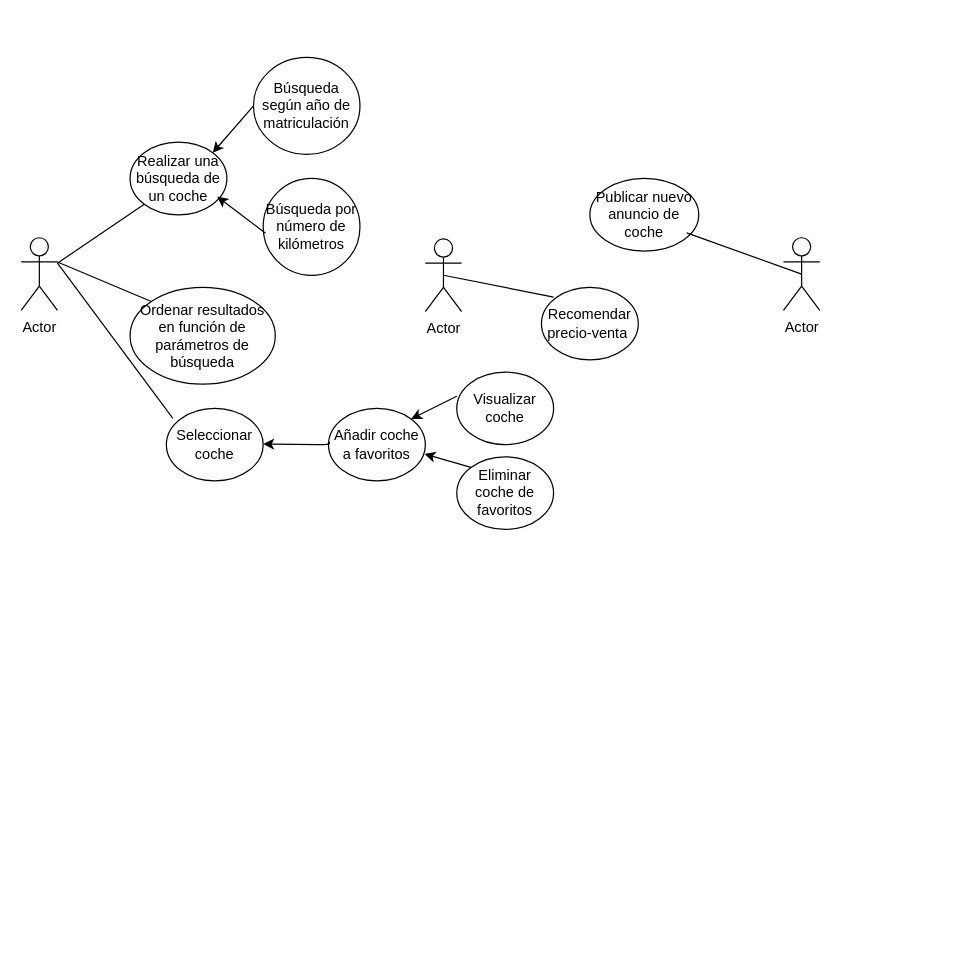
Above: Untitled Diagram.drawio in MarinaBdcr/ED (draw.io), before the change. Source tidied: cells renumbered, new cells numbered last; positions are measured from the earlier drawing's top-left corner, leaving out a move shared by most shapes. Both pictures are drawn from the tidied source at 121%, with x=0, y=0 at pixel (21, 57).
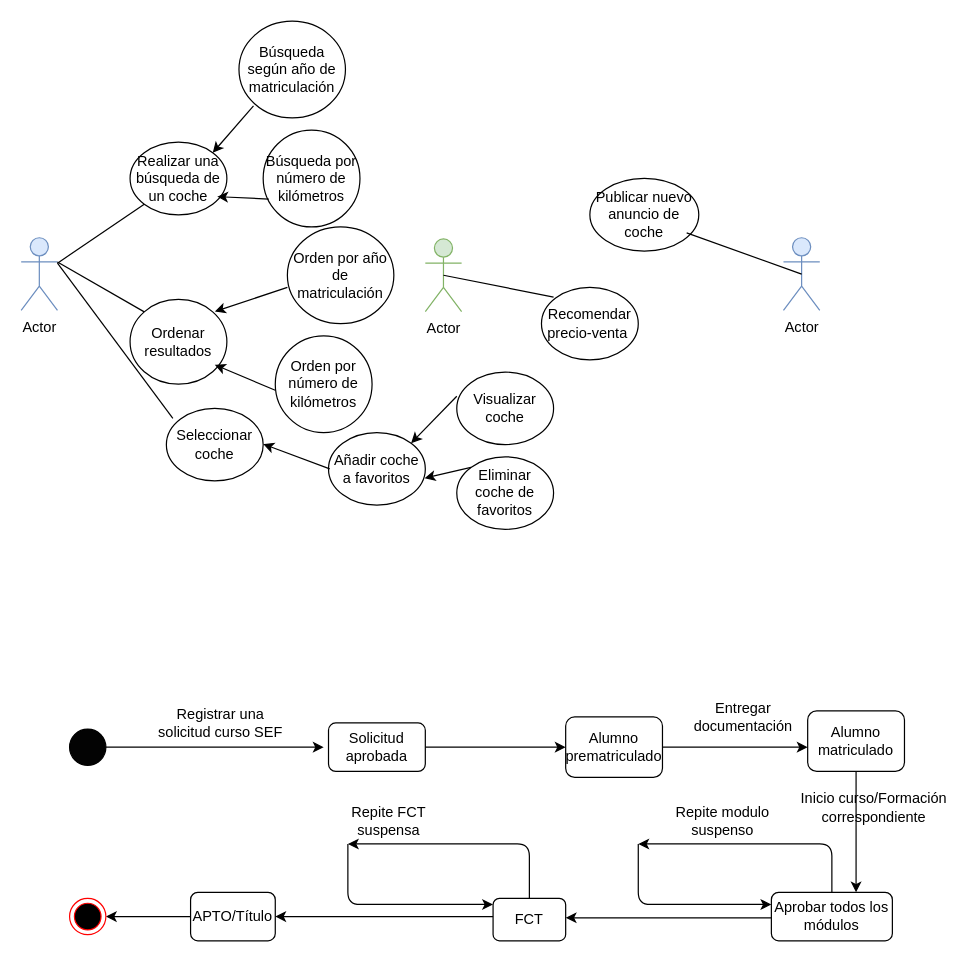
The same diagram, later.

Diff of the diagram source:
```diff
@@
-    <mxCell id="2" value="Actor" style="shape=umlActor;verticalLabelPosition=bottom;verticalAlign=top;html=1;outlineConnect=0;" parent="1" vertex="1">
+    <mxCell id="2" value="Actor" style="shape=umlActor;verticalLabelPosition=bottom;verticalAlign=top;html=1;outlineConnect=0;fillColor=#dae8fc;strokeColor=#6c8ebf;" parent="1" vertex="1">
       <mxGeometry y="149" width="30" height="60" as="geometry" />
     </mxCell>
-    <mxCell id="3" value="Actor" style="shape=umlActor;verticalLabelPosition=bottom;verticalAlign=top;html=1;outlineConnect=0;" parent="1" vertex="1">
+    <mxCell id="3" value="Actor" style="shape=umlActor;verticalLabelPosition=bottom;verticalAlign=top;html=1;outlineConnect=0;fillColor=#dae8fc;strokeColor=#6c8ebf;" parent="1" vertex="1">
       <mxGeometry x="630" y="149" width="30" height="60" as="geometry" />
     </mxCell>
-    <mxCell id="4" value="Actor" style="shape=umlActor;verticalLabelPosition=bottom;verticalAlign=top;html=1;outlineConnect=0;" parent="1" vertex="1">
+    <mxCell id="4" value="Actor" style="shape=umlActor;verticalLabelPosition=bottom;verticalAlign=top;html=1;outlineConnect=0;fillColor=#d5e8d4;strokeColor=#82b366;" parent="1" vertex="1">
       <mxGeometry x="334" y="150" width="30" height="60" as="geometry" />
     </mxCell>
@@
     <mxCell id="7" value="Búsqueda según año de matriculación" style="ellipse;whiteSpace=wrap;html=1;" parent="1" vertex="1">
-      <mxGeometry x="192" width="88" height="80" as="geometry" />
+      <mxGeometry x="180" y="-30" width="88" height="80" as="geometry" />
     </mxCell>
     <mxCell id="8" value="Búsqueda por número de kilómetros" style="ellipse;whiteSpace=wrap;html=1;" parent="1" vertex="1">
-      <mxGeometry x="200" y="100" width="80" height="80" as="geometry" />
+      <mxGeometry x="200" y="60" width="80" height="80" as="geometry" />
     </mxCell>
@@
-    <mxCell id="11" style="endArrow=classic;html=1;exitX=0.075;exitY=0.629;exitDx=0;exitDy=0;exitPerimeter=0;" parent="1" edge="1">
+    <mxCell id="11" style="endArrow=classic;html=1;exitX=0.058;exitY=0.713;exitDx=0;exitDy=0;exitPerimeter=0;" parent="1" edge="1" source="8">
       <mxGeometry relative="1" as="geometry">
-        <mxPoint x="202" y="145.3" as="sourcePoint" />
         <mxPoint x="162" y="115" as="targetPoint" />
         <Array as="points">
           <mxPoint x="162" y="115" />
         </Array>
       </mxGeometry>
     </mxCell>
-    <mxCell id="12" value="Ordenar resultados&lt;br&gt;en función de parámetros de búsqueda" style="ellipse;whiteSpace=wrap;html=1;" parent="1" vertex="1">
-      <mxGeometry x="90" y="190" width="120" height="80" as="geometry" />
+    <mxCell id="12" value="Ordenar resultados&lt;br&gt;" style="ellipse;whiteSpace=wrap;html=1;" parent="1" vertex="1">
+      <mxGeometry x="90" y="200" width="80" height="70" as="geometry" />
     </mxCell>
@@
     <mxCell id="15" value="Añadir coche a favoritos" style="ellipse;whiteSpace=wrap;html=1;" parent="1" vertex="1">
-      <mxGeometry x="254" y="290" width="80" height="60" as="geometry" />
+      <mxGeometry x="254" y="310" width="80" height="60" as="geometry" />
     </mxCell>
@@
-    <mxCell id="17" style="endArrow=classic;html=1;exitX=-0.092;exitY=0.461;exitDx=0;exitDy=0;exitPerimeter=0;" parent="1" edge="1">
+    <mxCell id="17" style="endArrow=classic;html=1;" parent="1" edge="1">
       <mxGeometry relative="1" as="geometry">
-        <mxPoint x="254.6" y="317.7" as="sourcePoint" />
+        <mxPoint x="255" y="340" as="sourcePoint" />
         <mxPoint x="200" y="319.5" as="targetPoint" />
         <Array as="points">
-          <mxPoint x="255" y="320" />
+          <mxPoint x="255" y="340" />
         </Array>
       </mxGeometry>
     </mxCell>
@@
+    <mxCell id="25" value="Orden por año de matriculación" style="ellipse;whiteSpace=wrap;html=1;" parent="1" vertex="1">
+      <mxGeometry x="220" y="140" width="88" height="80" as="geometry" />
+    </mxCell>
+    <mxCell id="26" value="Orden por número de kilómetros" style="ellipse;whiteSpace=wrap;html=1;" parent="1" vertex="1">
+      <mxGeometry x="210" y="230" width="80" height="80" as="geometry" />
+    </mxCell>
+    <mxCell id="27" style="endArrow=classic;html=1;" parent="1" edge="1">
+      <mxGeometry relative="1" as="geometry">
+        <mxPoint x="220" y="190" as="sourcePoint" />
+        <mxPoint x="160" y="210" as="targetPoint" />
+        <Array as="points">
+          <mxPoint x="220" y="190.2" />
+        </Array>
+      </mxGeometry>
+    </mxCell>
+    <mxCell id="28" style="endArrow=classic;html=1;" parent="1" edge="1">
+      <mxGeometry relative="1" as="geometry">
+        <mxPoint x="210" y="275" as="sourcePoint" />
+        <mxPoint x="160" y="254" as="targetPoint" />
+      </mxGeometry>
+    </mxCell>
+    <mxCell id="29" style="ellipse;whiteSpace=wrap;html=1;fillColor=#030303;" parent="1" vertex="1">
+      <mxGeometry x="40" y="555" width="30" height="30" as="geometry" />
+    </mxCell>
+    <mxCell id="30" style="endArrow=classic;html=1;exitX=1;exitY=0.5;exitDx=0;exitDy=0;" parent="1" edge="1" source="29">
+      <mxGeometry relative="1" as="geometry">
+        <mxPoint x="250" y="570" as="targetPoint" />
+      </mxGeometry>
+    </mxCell>
+    <mxCell id="31" value="Solicitud aprobada" style="rounded=1;whiteSpace=wrap;html=1;fillColor=#FFFFFF;" parent="1" vertex="1">
+      <mxGeometry x="254" y="550" width="80" height="40" as="geometry" />
+    </mxCell>
+    <mxCell id="32" style="endArrow=classic;html=1;exitX=1;exitY=0.5;exitDx=0;exitDy=0;entryX=0;entryY=0.5;entryDx=0;entryDy=0;" parent="1" edge="1" source="31" target="33">
+      <mxGeometry relative="1" as="geometry" />
+    </mxCell>
+    <mxCell id="33" value="Alumno prematriculado" style="rounded=1;whiteSpace=wrap;html=1;fillColor=#FFFFFF;" parent="1" vertex="1">
+      <mxGeometry x="450" y="545" width="80" height="50" as="geometry" />
+    </mxCell>
+    <mxCell id="34" value="Alumno matriculado" style="rounded=1;whiteSpace=wrap;html=1;fillColor=#FFFFFF;" parent="1" vertex="1">
+      <mxGeometry x="650" y="540" width="80" height="50" as="geometry" />
+    </mxCell>
+    <mxCell id="35" style="endArrow=classic;html=1;exitX=1;exitY=0.5;exitDx=0;exitDy=0;" parent="1" edge="1" source="33">
+      <mxGeometry relative="1" as="geometry">
+        <mxPoint x="650" y="570" as="targetPoint" />
+      </mxGeometry>
+    </mxCell>
+    <mxCell id="36" value="Aprobar todos los módulos" style="rounded=1;whiteSpace=wrap;html=1;fillColor=#FFFFFF;" parent="1" vertex="1">
+      <mxGeometry x="620" y="690" width="100" height="40" as="geometry" />
+    </mxCell>
+    <mxCell id="37" style="endArrow=classic;html=1;exitX=0.5;exitY=0;exitDx=0;exitDy=0;" parent="1" edge="1" source="36">
+      <mxGeometry relative="1" as="geometry">
+        <mxPoint x="510" y="650" as="targetPoint" />
+        <Array as="points">
+          <mxPoint x="670" y="650" />
+        </Array>
+      </mxGeometry>
+    </mxCell>
+    <mxCell id="38" style="endArrow=classic;html=1;entryX=0;entryY=0.25;entryDx=0;entryDy=0;" parent="1" edge="1" target="36">
+      <mxGeometry relative="1" as="geometry">
+        <mxPoint x="510" y="650" as="sourcePoint" />
+        <Array as="points">
+          <mxPoint x="510" y="700" />
+        </Array>
+      </mxGeometry>
+    </mxCell>
+    <mxCell id="39" value="Repite modulo suspenso" style="text;html=1;strokeColor=none;fillColor=none;align=center;verticalAlign=middle;whiteSpace=wrap;rounded=0;" parent="1" vertex="1">
+      <mxGeometry x="530" y="621" width="100" height="20" as="geometry" />
+    </mxCell>
+    <mxCell id="40" style="endArrow=classic;html=1;" parent="1" edge="1">
+      <mxGeometry relative="1" as="geometry">
+        <mxPoint x="620" y="711" as="sourcePoint" />
+        <mxPoint x="450" y="711" as="targetPoint" />
+      </mxGeometry>
+    </mxCell>
+    <mxCell id="41" style="endArrow=classic;html=1;exitX=0.5;exitY=1;exitDx=0;exitDy=0;" parent="1" edge="1" source="34">
+      <mxGeometry relative="1" as="geometry">
+        <mxPoint x="690" y="690" as="targetPoint" />
+        <Array as="points">
+          <mxPoint x="690" y="690" />
+        </Array>
+      </mxGeometry>
+    </mxCell>
+    <mxCell id="42" value="FCT" style="rounded=1;whiteSpace=wrap;html=1;fillColor=#FFFFFF;" parent="1" vertex="1">
+      <mxGeometry x="390" y="695" width="60" height="35" as="geometry" />
+    </mxCell>
+    <mxCell id="43" style="endArrow=classic;html=1;exitX=0.5;exitY=0;exitDx=0;exitDy=0;" parent="1" edge="1" source="42">
+      <mxGeometry relative="1" as="geometry">
+        <mxPoint x="270" y="650" as="targetPoint" />
+        <Array as="points">
+          <mxPoint x="420" y="650" />
+        </Array>
+      </mxGeometry>
+    </mxCell>
+    <mxCell id="44" style="endArrow=classic;html=1;" parent="1" edge="1">
+      <mxGeometry relative="1" as="geometry">
+        <mxPoint x="270" y="650" as="sourcePoint" />
+        <mxPoint x="390" y="700" as="targetPoint" />
+        <Array as="points">
+          <mxPoint x="270" y="700" />
+        </Array>
+      </mxGeometry>
+    </mxCell>
+    <mxCell id="45" value="Repite FCT suspensa" style="text;html=1;strokeColor=none;fillColor=none;align=center;verticalAlign=middle;whiteSpace=wrap;rounded=0;" parent="1" vertex="1">
+      <mxGeometry x="254" y="621" width="100" height="20" as="geometry" />
+    </mxCell>
+    <mxCell id="46" style="endArrow=classic;html=1;entryX=1;entryY=0.5;entryDx=0;entryDy=0;" parent="1" edge="1" target="47">
+      <mxGeometry relative="1" as="geometry">
+        <mxPoint x="390" y="710" as="sourcePoint" />
+      </mxGeometry>
+    </mxCell>
+    <mxCell id="47" value="APTO/Título" style="rounded=1;whiteSpace=wrap;html=1;fillColor=#FFFFFF;" parent="1" vertex="1">
+      <mxGeometry x="140" y="690" width="70" height="40" as="geometry" />
+    </mxCell>
+    <mxCell id="48" style="endArrow=classic;html=1;" parent="1" edge="1">
+      <mxGeometry relative="1" as="geometry">
+        <mxPoint x="140" y="710" as="sourcePoint" />
+        <mxPoint x="70" y="710" as="targetPoint" />
+      </mxGeometry>
+    </mxCell>
+    <mxCell id="49" style="ellipse;html=1;shape=endState;fillColor=#000000;strokeColor=#ff0000;" parent="1" vertex="1">
+      <mxGeometry x="40" y="695" width="30" height="30" as="geometry" />
+    </mxCell>
+    <mxCell id="50" value="Registrar una solicitud curso SEF" style="text;html=1;strokeColor=none;fillColor=none;align=center;verticalAlign=middle;whiteSpace=wrap;rounded=0;" parent="1" vertex="1">
+      <mxGeometry x="110" y="540" width="110" height="20" as="geometry" />
+    </mxCell>
+    <mxCell id="51" value="Entregar documentación" style="text;html=1;strokeColor=none;fillColor=none;align=center;verticalAlign=middle;whiteSpace=wrap;rounded=0;" parent="1" vertex="1">
+      <mxGeometry x="564" y="535" width="66" height="20" as="geometry" />
+    </mxCell>
+    <mxCell id="52" value="Inicio curso/Formación correspondiente" style="text;html=1;strokeColor=none;fillColor=none;align=center;verticalAlign=middle;whiteSpace=wrap;rounded=0;" parent="1" vertex="1">
+      <mxGeometry x="640" y="610" width="130" height="20" as="geometry" />
+    </mxCell>
```
